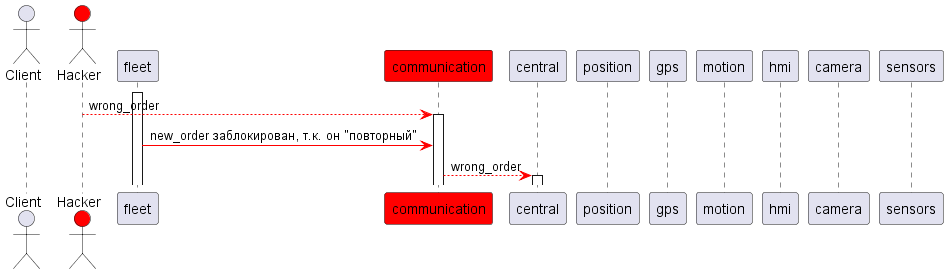
Above: pics/sd_2.png in Fishonground/Delivery (PlantUML), before the change.
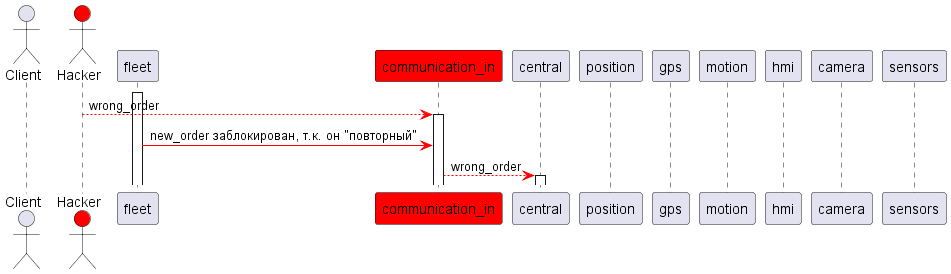
The same file after the commit.

Diff of the diagram source:
```diff
@@ -2,7 +2,7 @@
 actor "Client" as c
 actor "Hacker" as h #red
 participant fleet
-participant communication #red
+participant communication_in #red
 participant central
 participant position
 participant gps
@@ -13,7 +13,7 @@
 
 
 fleet++
-h -[#red]-> communication++: wrong_order
-fleet -[#red]> communication: new_order заблокирован, т.к. он "повторный"
-communication -[#red]-> central++: wrong_order
+h -[#red]-> communication_in++: wrong_order
+fleet -[#red]> communication_in: new_order заблокирован, т.к. он "повторный"
+communication_in -[#red]-> central++: wrong_order
 @enduml
```
